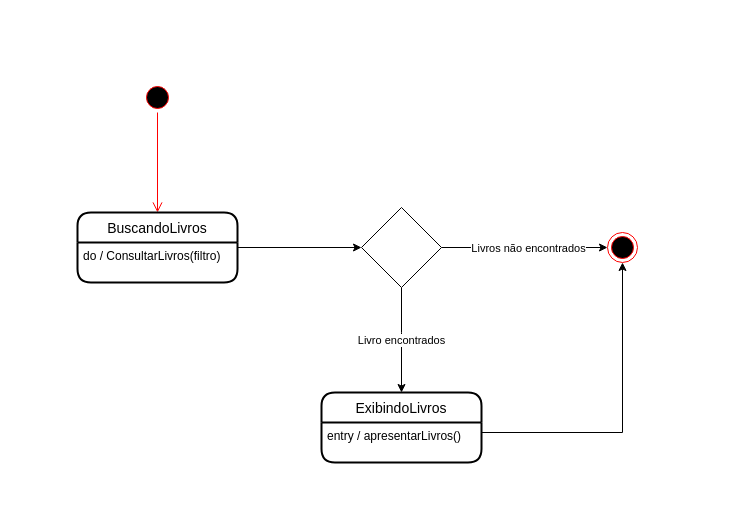
Above: diagramMaquinaEstado.drawio in lucaspercisi/UFFS (draw.io), before the change. Source tidied: cells renumbered, new cells numbered last; positions are measured from the earlier drawing's top-left corner, leaving out a move shared by most shapes. Both pictures are drawn from the tidied source at 100%, with x=0, y=0 at pixel (77, 82).
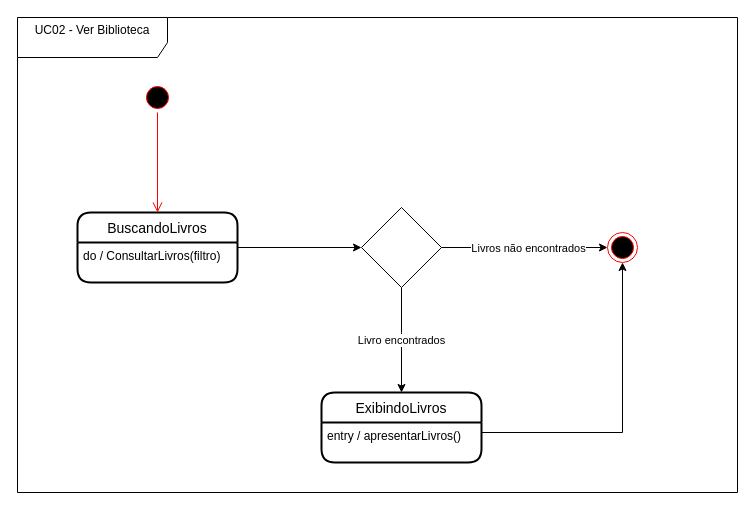
The same page after the edit.

Change to the diagram source:
```diff
@@
 <mxGraphModel>
   <root>
     <mxCell id="0" />
     <mxCell id="1" parent="0" />
     <mxCell id="2" style="ellipse;html=1;shape=startState;fillColor=#000000;strokeColor=#ff0000;" parent="1" vertex="1">
       <mxGeometry x="65" width="30" height="30" as="geometry" />
     </mxCell>
     <mxCell id="3" style="edgeStyle=orthogonalEdgeStyle;html=1;verticalAlign=bottom;endArrow=open;endSize=8;strokeColor=#ff0000;rounded=0;entryX=0.5;entryY=0;entryDx=0;entryDy=0;" parent="1" edge="1" source="2" target="12">
       <mxGeometry relative="1" as="geometry" />
     </mxCell>
     <mxCell id="4" style="ellipse;html=1;shape=endState;fillColor=#000000;strokeColor=#ff0000;" parent="1" vertex="1">
       <mxGeometry x="530" y="150" width="30" height="30" as="geometry" />
     </mxCell>
     <mxCell id="5" value="ExibindoLivros" style="swimlane;horizontal=1;startSize=30;rounded=1;fontSize=14;fontStyle=0;strokeWidth=2;shadow=0;dashed=0;align=center;" parent="1" vertex="1">
       <mxGeometry x="244" y="310" width="160" height="70" as="geometry" />
     </mxCell>
     <mxCell id="6" value="entry / apresentarLivros()" style="align=left;strokeColor=none;fillColor=none;spacingLeft=4;fontSize=12;verticalAlign=top;" parent="5" vertex="1">
       <mxGeometry y="30" width="160" height="40" as="geometry" />
     </mxCell>
     <mxCell id="7" value="Livro encontrados" style="edgeStyle=orthogonalEdgeStyle;rounded=0;jettySize=auto;html=1;exitX=0.5;exitY=1;exitDx=0;exitDy=0;entryX=0.5;entryY=0;entryDx=0;entryDy=0;" parent="1" edge="1" source="10" target="5">
       <mxGeometry relative="1" as="geometry">
         <Array as="points">
           <mxPoint x="324" y="250" />
           <mxPoint x="324" y="250" />
         </Array>
       </mxGeometry>
     </mxCell>
     <mxCell id="8" style="edgeStyle=orthogonalEdgeStyle;rounded=0;jettySize=auto;html=1;exitX=1;exitY=0.5;exitDx=0;exitDy=0;entryX=0;entryY=0.5;entryDx=0;entryDy=0;" parent="1" edge="1" source="10" target="4">
       <mxGeometry relative="1" as="geometry" />
     </mxCell>
     <mxCell id="9" value="Livros não encontrados" style="edgeLabel;html=1;align=center;verticalAlign=middle;" parent="8" vertex="1">
       <mxGeometry x="-0.24" y="-4" relative="1" as="geometry">
         <mxPoint x="23" y="-4" as="offset" />
       </mxGeometry>
     </mxCell>
     <mxCell id="10" style="rhombus;whiteSpace=wrap;html=1;" parent="1" vertex="1">
       <mxGeometry x="284" y="125" width="80" height="80" as="geometry" />
     </mxCell>
     <mxCell id="11" style="edgeStyle=orthogonalEdgeStyle;rounded=0;jettySize=auto;html=1;exitX=1;exitY=0.5;exitDx=0;exitDy=0;" parent="1" edge="1" source="12" target="10">
       <mxGeometry relative="1" as="geometry" />
     </mxCell>
     <mxCell id="12" value="BuscandoLivros" style="swimlane;horizontal=1;startSize=30;rounded=1;fontSize=14;fontStyle=0;strokeWidth=2;shadow=0;dashed=0;align=center;" parent="1" vertex="1">
       <mxGeometry y="130" width="160" height="70" as="geometry" />
     </mxCell>
     <mxCell id="13" value="do / ConsultarLivros(filtro)" style="align=left;strokeColor=none;fillColor=none;spacingLeft=4;fontSize=12;verticalAlign=top;" parent="12" vertex="1">
       <mxGeometry y="30" width="160" height="40" as="geometry" />
     </mxCell>
     <mxCell id="14" style="edgeStyle=orthogonalEdgeStyle;rounded=0;jettySize=auto;html=1;exitX=1;exitY=0.25;exitDx=0;exitDy=0;entryX=0.5;entryY=1;entryDx=0;entryDy=0;" parent="1" edge="1" source="6" target="4">
       <mxGeometry relative="1" as="geometry" />
     </mxCell>
+    <mxCell id="15" value="&lt;div&gt;UC02 - Ver Biblioteca&lt;/div&gt;&lt;div&gt;&lt;br&gt;&lt;/div&gt;" style="shape=umlFrame;whiteSpace=wrap;html=1;width=150;height=40;" parent="1" vertex="1">
+      <mxGeometry x="-60" y="-65" width="720" height="475" as="geometry" />
+    </mxCell>
   </root>
 </mxGraphModel>
```
